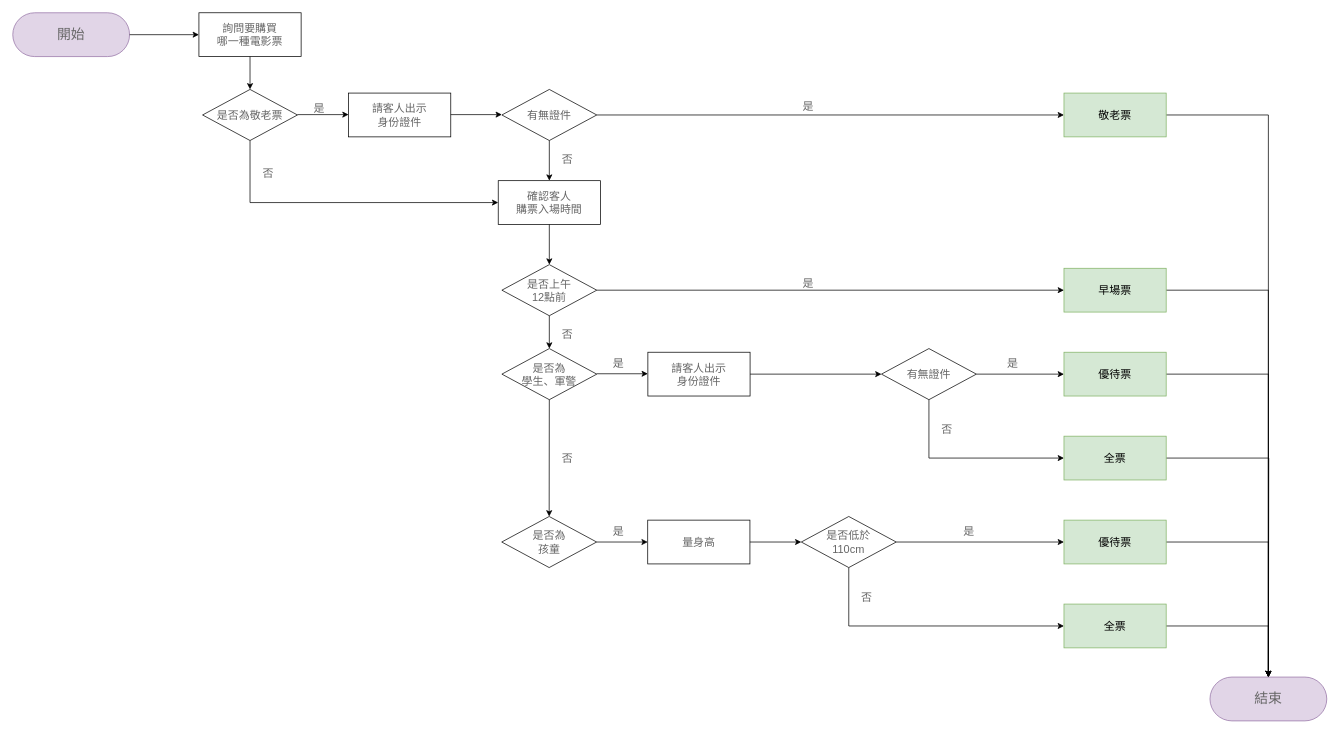
Above: Untitled Diagram.drawio in fishabo/makfichenmap (draw.io), before the change. Source tidied: cells renumbered, new cells numbered last; positions are measured from the earlier drawing's top-left corner, leaving out a move shared by most shapes. Both pictures are drawn from the tidied source at 73%, with x=0, y=0 at pixel (12, 12).
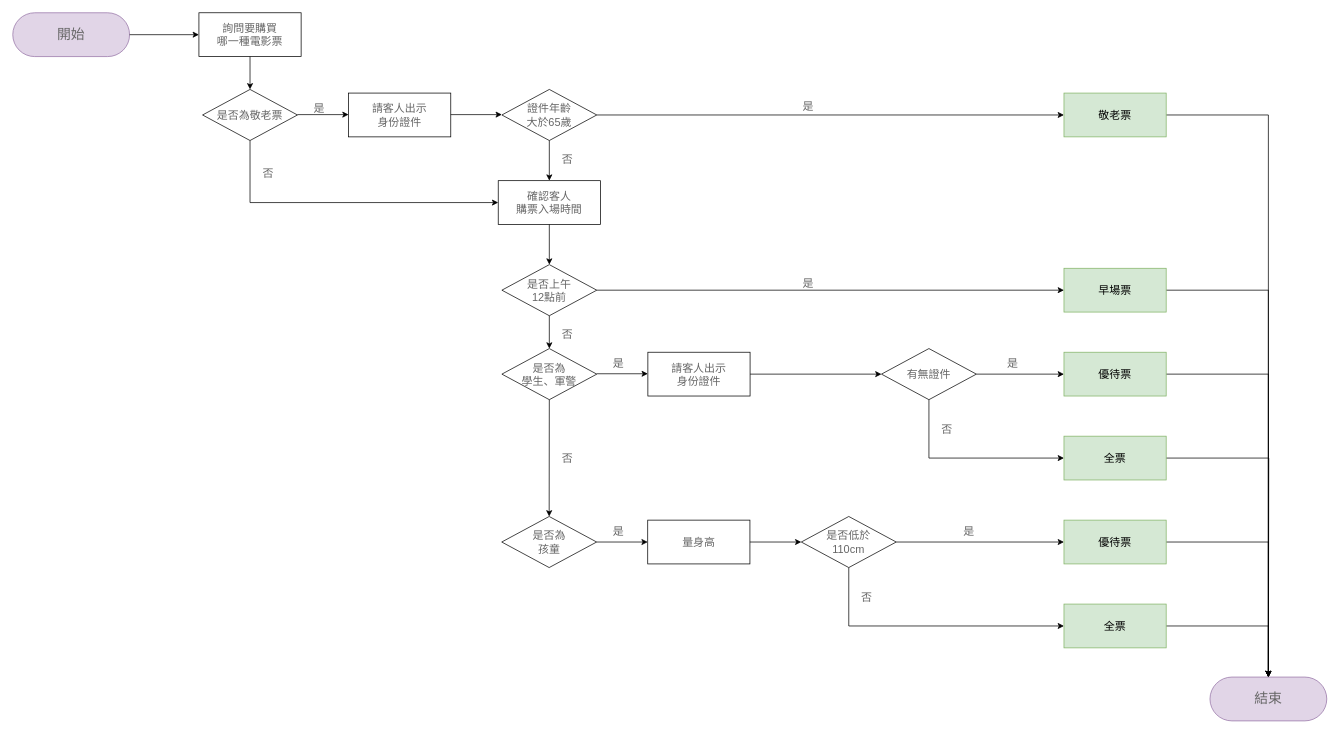
After the change.

Change to the diagram source:
```diff
@@
-    <mxCell id="11" value="有無證件" style="rhombus;whiteSpace=wrap;html=1;fontSize=15;fontColor=#666666;" parent="1" vertex="1">
+    <mxCell id="11" value="證件年齡&lt;br&gt;大於65歲" style="rhombus;whiteSpace=wrap;html=1;fontSize=15;fontColor=#666666;" parent="1" vertex="1">
       <mxGeometry x="670" y="105" width="130" height="70" as="geometry" />
     </mxCell>
```
